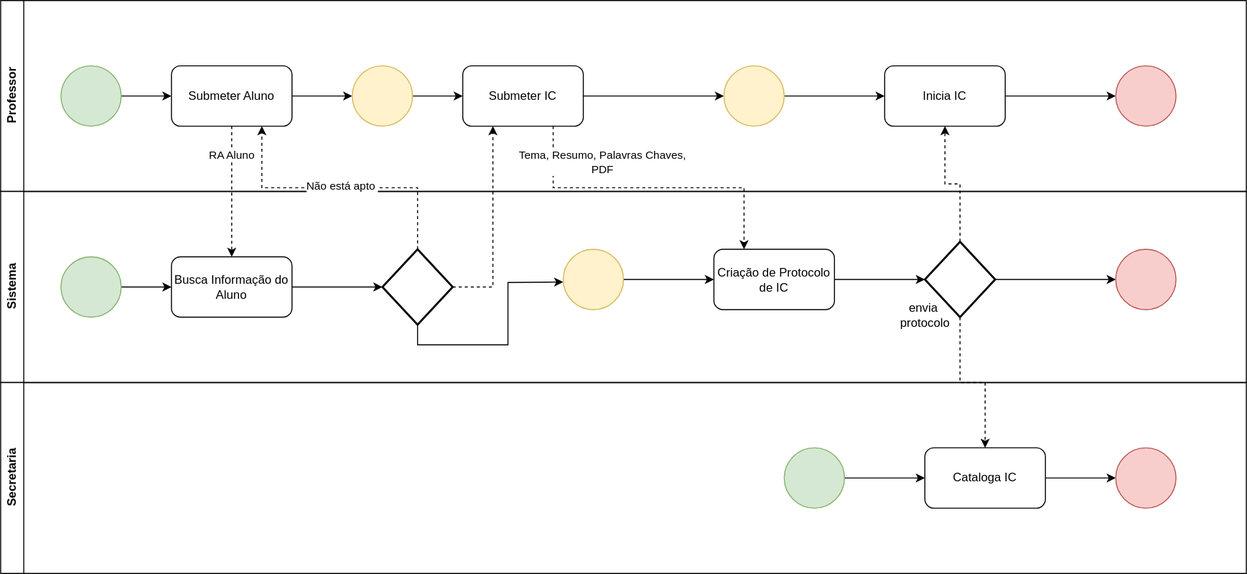
Before: BuscarProfessor.drawio.svg, a diagram exported from draw.io (JesCat16/Automacao_IC_GestaoDeProjeto). Source tidied: cells renumbered, new cells last; positions are measured from the earlier drawing's top-left corner, leaving out a move shared by most shapes.
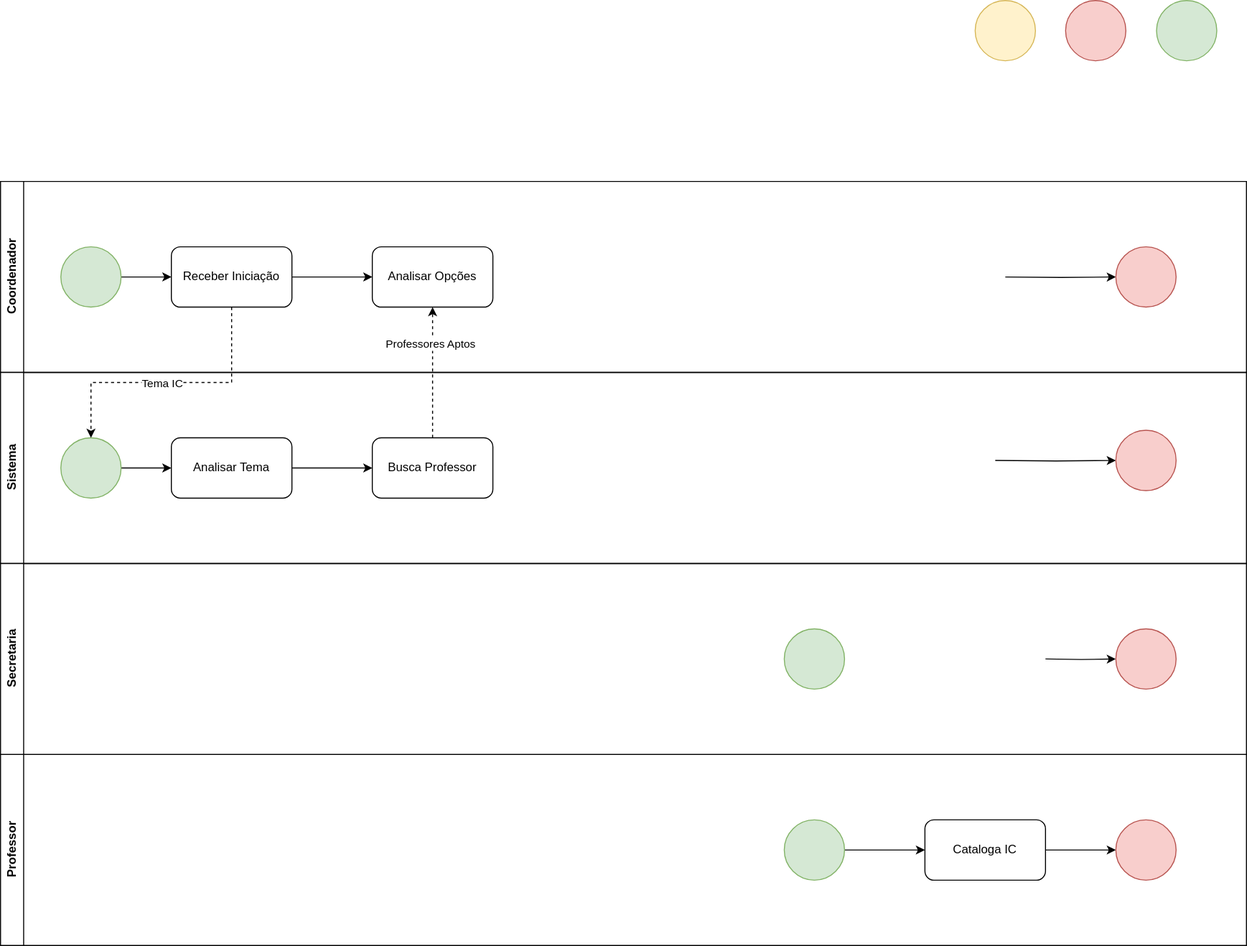
Above is the later version.

Diff of the diagram source:
```diff
@@ -2,143 +2,117 @@
   <root>
     <mxCell id="0" />
     <mxCell id="1" parent="0" />
-    <mxCell id="2" value="Professor" style="swimlane;horizontal=0;whiteSpace=wrap;html=1;" parent="1" vertex="1">
+    <mxCell id="2" value="Coordenador" style="swimlane;horizontal=0;whiteSpace=wrap;html=1;" parent="1" vertex="1">
       <mxGeometry width="1240" height="190" as="geometry" />
     </mxCell>
-    <mxCell id="3" style="edgeStyle=orthogonalEdgeStyle;rounded=0;jettySize=auto;html=1;" parent="2" edge="1" source="4" target="6">
-      <mxGeometry relative="1" as="geometry" />
-    </mxCell>
+    <mxCell id="46" style="edgeStyle=orthogonalEdgeStyle;rounded=0;jettySize=auto;html=1;" parent="2" edge="1" source="4" target="48">
+      <mxGeometry relative="1" as="geometry" />
+    </mxCell>
     <mxCell id="4" style="ellipse;whiteSpace=wrap;html=1;fillColor=#d5e8d4;strokeColor=#82b366;" parent="2" vertex="1">
       <mxGeometry x="60" y="65" width="60" height="60" as="geometry" />
     </mxCell>
-    <mxCell id="5" style="edgeStyle=orthogonalEdgeStyle;rounded=0;jettySize=auto;html=1;" parent="2" edge="1" source="6">
-      <mxGeometry relative="1" as="geometry">
-        <mxPoint x="350" y="95" as="targetPoint" />
-      </mxGeometry>
-    </mxCell>
-    <mxCell id="6" value="Submeter Aluno" style="rounded=1;whiteSpace=wrap;html=1;" parent="2" vertex="1">
-      <mxGeometry x="170" y="65" width="120" height="60" as="geometry" />
-    </mxCell>
-    <mxCell id="7" style="edgeStyle=orthogonalEdgeStyle;rounded=0;jettySize=auto;html=1;exitX=1;exitY=0.5;exitDx=0;exitDy=0;entryX=0;entryY=0.5;entryDx=0;entryDy=0;" parent="2" edge="1" source="8" target="13">
-      <mxGeometry relative="1" as="geometry" />
+    <mxCell id="7" style="edgeStyle=orthogonalEdgeStyle;rounded=0;jettySize=auto;html=1;exitX=1;exitY=0.5;exitDx=0;exitDy=0;entryX=0;entryY=0.5;entryDx=0;entryDy=0;" parent="2" edge="1" target="13">
+      <mxGeometry relative="1" as="geometry">
+        <mxPoint x="1000" y="95" as="sourcePoint" />
+      </mxGeometry>
     </mxCell>
-    <mxCell id="8" value="Inicia IC" style="rounded=1;whiteSpace=wrap;html=1;" parent="2" vertex="1">
-      <mxGeometry x="880" y="65" width="120" height="60" as="geometry" />
-    </mxCell>
-    <mxCell id="9" style="edgeStyle=orthogonalEdgeStyle;rounded=0;jettySize=auto;html=1;" parent="2" edge="1" source="10" target="12">
-      <mxGeometry relative="1" as="geometry" />
-    </mxCell>
-    <mxCell id="10" style="ellipse;whiteSpace=wrap;html=1;fillColor=#fff2cc;strokeColor=#d6b656;" parent="2" vertex="1">
-      <mxGeometry x="350" y="65" width="60" height="60" as="geometry" />
-    </mxCell>
-    <mxCell id="11" style="edgeStyle=orthogonalEdgeStyle;rounded=0;jettySize=auto;html=1;exitX=1;exitY=0.5;exitDx=0;exitDy=0;entryX=0;entryY=0.5;entryDx=0;entryDy=0;" parent="2" edge="1" source="12" target="15">
-      <mxGeometry relative="1" as="geometry" />
-    </mxCell>
-    <mxCell id="12" value="Submeter IC" style="rounded=1;whiteSpace=wrap;html=1;" parent="2" vertex="1">
-      <mxGeometry x="460" y="65" width="120" height="60" as="geometry" />
-    </mxCell>
     <mxCell id="13" style="ellipse;whiteSpace=wrap;html=1;fillColor=#f8cecc;strokeColor=#b85450;" parent="2" vertex="1">
       <mxGeometry x="1110" y="65" width="60" height="60" as="geometry" />
     </mxCell>
-    <mxCell id="14" style="edgeStyle=orthogonalEdgeStyle;rounded=0;jettySize=auto;html=1;exitX=1;exitY=0.5;exitDx=0;exitDy=0;entryX=0;entryY=0.5;entryDx=0;entryDy=0;" parent="2" edge="1" source="15" target="8">
-      <mxGeometry relative="1" as="geometry" />
-    </mxCell>
-    <mxCell id="15" style="ellipse;whiteSpace=wrap;html=1;fillColor=#fff2cc;strokeColor=#d6b656;" parent="2" vertex="1">
-      <mxGeometry x="720" y="65" width="60" height="60" as="geometry" />
-    </mxCell>
+    <mxCell id="47" style="edgeStyle=orthogonalEdgeStyle;rounded=0;jettySize=auto;html=1;" parent="2" edge="1" source="48" target="49">
+      <mxGeometry relative="1" as="geometry" />
+    </mxCell>
+    <mxCell id="48" value="Receber Iniciação" style="rounded=1;whiteSpace=wrap;html=1;" parent="2" vertex="1">
+      <mxGeometry x="170" y="65" width="120" height="60" as="geometry" />
+    </mxCell>
+    <mxCell id="49" value="Analisar Opções" style="whiteSpace=wrap;html=1;rounded=1;" parent="2" vertex="1">
+      <mxGeometry x="370" y="65" width="120" height="60" as="geometry" />
+    </mxCell>
     <mxCell id="16" value="Sistema" style="swimlane;horizontal=0;whiteSpace=wrap;html=1;" parent="1" vertex="1">
       <mxGeometry y="190" width="1240" height="190" as="geometry" />
     </mxCell>
-    <mxCell id="17" style="edgeStyle=orthogonalEdgeStyle;rounded=0;jettySize=auto;html=1;" parent="16" edge="1" source="18" target="20">
-      <mxGeometry relative="1" as="geometry" />
-    </mxCell>
+    <mxCell id="50" style="edgeStyle=orthogonalEdgeStyle;rounded=0;jettySize=auto;html=1;" parent="16" edge="1" source="18" target="52">
+      <mxGeometry relative="1" as="geometry" />
+    </mxCell>
     <mxCell id="18" style="ellipse;whiteSpace=wrap;html=1;fillColor=#d5e8d4;strokeColor=#82b366;" parent="16" vertex="1">
       <mxGeometry x="60" y="65" width="60" height="60" as="geometry" />
     </mxCell>
-    <mxCell id="19" style="edgeStyle=orthogonalEdgeStyle;rounded=0;jettySize=auto;html=1;entryX=0;entryY=0.5;entryDx=0;entryDy=0;entryPerimeter=0;" parent="16" edge="1" source="20" target="22">
-      <mxGeometry relative="1" as="geometry" />
-    </mxCell>
-    <mxCell id="20" value="Busca Informação do&lt;div&gt;Aluno&lt;/div&gt;" style="rounded=1;whiteSpace=wrap;html=1;" parent="16" vertex="1">
-      <mxGeometry x="170" y="65" width="120" height="60" as="geometry" />
-    </mxCell>
-    <mxCell id="21" style="edgeStyle=orthogonalEdgeStyle;rounded=0;jettySize=auto;html=1;exitX=0.5;exitY=1;exitDx=0;exitDy=0;exitPerimeter=0;" parent="16" edge="1" source="22">
-      <mxGeometry relative="1" as="geometry">
-        <mxPoint x="560" y="90" as="targetPoint" />
-      </mxGeometry>
-    </mxCell>
-    <mxCell id="22" style="strokeWidth=2;html=1;shape=mxgraph.flowchart.decision;whiteSpace=wrap;" parent="16" vertex="1">
-      <mxGeometry x="380" y="57.5" width="70" height="75" as="geometry" />
-    </mxCell>
-    <mxCell id="23" style="edgeStyle=orthogonalEdgeStyle;rounded=0;jettySize=auto;html=1;" parent="16" edge="1" source="24" target="25">
-      <mxGeometry relative="1" as="geometry" />
-    </mxCell>
-    <mxCell id="24" style="ellipse;whiteSpace=wrap;html=1;fillColor=#fff2cc;strokeColor=#d6b656;" parent="16" vertex="1">
-      <mxGeometry x="560" y="57.5" width="60" height="60" as="geometry" />
-    </mxCell>
-    <mxCell id="25" value="Criação de Protocolo&lt;div&gt;de IC&lt;/div&gt;" style="rounded=1;whiteSpace=wrap;html=1;" parent="16" vertex="1">
-      <mxGeometry x="710" y="57.5" width="120" height="60" as="geometry" />
-    </mxCell>
-    <mxCell id="26" style="edgeStyle=orthogonalEdgeStyle;rounded=0;jettySize=auto;html=1;exitX=1;exitY=0.5;exitDx=0;exitDy=0;exitPerimeter=0;entryX=0;entryY=0.5;entryDx=0;entryDy=0;" parent="16" edge="1" source="27" target="29">
-      <mxGeometry relative="1" as="geometry" />
+    <mxCell id="26" style="edgeStyle=orthogonalEdgeStyle;rounded=0;jettySize=auto;html=1;exitX=1;exitY=0.5;exitDx=0;exitDy=0;exitPerimeter=0;entryX=0;entryY=0.5;entryDx=0;entryDy=0;" parent="16" edge="1" target="29">
+      <mxGeometry relative="1" as="geometry">
+        <mxPoint x="990" y="87.5" as="sourcePoint" />
+      </mxGeometry>
     </mxCell>
-    <mxCell id="27" style="strokeWidth=2;html=1;shape=mxgraph.flowchart.decision;whiteSpace=wrap;" parent="16" vertex="1">
-      <mxGeometry x="920" y="50" width="70" height="75" as="geometry" />
-    </mxCell>
-    <mxCell id="28" style="edgeStyle=orthogonalEdgeStyle;rounded=0;jettySize=auto;html=1;exitX=1;exitY=0.5;exitDx=0;exitDy=0;entryX=0;entryY=0.5;entryDx=0;entryDy=0;entryPerimeter=0;" parent="16" edge="1" source="25" target="27">
-      <mxGeometry relative="1" as="geometry" />
-    </mxCell>
     <mxCell id="29" style="ellipse;whiteSpace=wrap;html=1;fillColor=#f8cecc;strokeColor=#b85450;" parent="16" vertex="1">
       <mxGeometry x="1110" y="57.5" width="60" height="60" as="geometry" />
     </mxCell>
+    <mxCell id="51" style="edgeStyle=orthogonalEdgeStyle;rounded=0;jettySize=auto;html=1;" parent="16" edge="1" source="52" target="53">
+      <mxGeometry relative="1" as="geometry" />
+    </mxCell>
+    <mxCell id="52" value="Analisar Tema" style="rounded=1;whiteSpace=wrap;html=1;" parent="16" vertex="1">
+      <mxGeometry x="170" y="65" width="120" height="60" as="geometry" />
+    </mxCell>
+    <mxCell id="53" value="Busca Professor" style="whiteSpace=wrap;html=1;rounded=1;" parent="16" vertex="1">
+      <mxGeometry x="370" y="65" width="120" height="60" as="geometry" />
+    </mxCell>
     <mxCell id="30" value="Secretaria" style="swimlane;horizontal=0;whiteSpace=wrap;html=1;" parent="1" vertex="1">
       <mxGeometry y="380" width="1240" height="190" as="geometry" />
     </mxCell>
-    <mxCell id="31" style="edgeStyle=orthogonalEdgeStyle;rounded=0;jettySize=auto;html=1;" parent="30" edge="1" source="32" target="34">
-      <mxGeometry relative="1" as="geometry" />
-    </mxCell>
     <mxCell id="32" style="ellipse;whiteSpace=wrap;html=1;fillColor=#d5e8d4;strokeColor=#82b366;" parent="30" vertex="1">
       <mxGeometry x="780" y="65" width="60" height="60" as="geometry" />
     </mxCell>
-    <mxCell id="33" style="edgeStyle=orthogonalEdgeStyle;rounded=0;jettySize=auto;html=1;exitX=1;exitY=0.5;exitDx=0;exitDy=0;entryX=0;entryY=0.5;entryDx=0;entryDy=0;" parent="30" edge="1" source="34" target="35">
-      <mxGeometry relative="1" as="geometry" />
+    <mxCell id="33" style="edgeStyle=orthogonalEdgeStyle;rounded=0;jettySize=auto;html=1;exitX=1;exitY=0.5;exitDx=0;exitDy=0;entryX=0;entryY=0.5;entryDx=0;entryDy=0;" parent="30" edge="1" target="35">
+      <mxGeometry relative="1" as="geometry">
+        <mxPoint x="1040" y="95" as="sourcePoint" />
+      </mxGeometry>
     </mxCell>
+    <mxCell id="35" style="ellipse;whiteSpace=wrap;html=1;fillColor=#f8cecc;strokeColor=#b85450;" parent="30" vertex="1">
+      <mxGeometry x="1110" y="65" width="60" height="60" as="geometry" />
+    </mxCell>
+    <mxCell id="54" value="Professor" style="swimlane;horizontal=0;whiteSpace=wrap;html=1;" parent="1" vertex="1">
+      <mxGeometry y="570" width="1240" height="190" as="geometry" />
+    </mxCell>
+    <mxCell id="55" style="edgeStyle=orthogonalEdgeStyle;rounded=0;jettySize=auto;html=1;" parent="54" edge="1" source="56" target="34">
+      <mxGeometry relative="1" as="geometry" />
+    </mxCell>
+    <mxCell id="56" style="ellipse;whiteSpace=wrap;html=1;fillColor=#d5e8d4;strokeColor=#82b366;" parent="54" vertex="1">
+      <mxGeometry x="780" y="65" width="60" height="60" as="geometry" />
+    </mxCell>
+    <mxCell id="57" style="edgeStyle=orthogonalEdgeStyle;rounded=0;jettySize=auto;html=1;exitX=1;exitY=0.5;exitDx=0;exitDy=0;entryX=0;entryY=0.5;entryDx=0;entryDy=0;" parent="54" edge="1" source="34" target="58">
+      <mxGeometry relative="1" as="geometry" />
+    </mxCell>
-    <mxCell id="34" value="Cataloga IC" style="rounded=1;whiteSpace=wrap;html=1;" parent="30" vertex="1">
+    <mxCell id="34" value="Cataloga IC" style="rounded=1;whiteSpace=wrap;html=1;" parent="54" vertex="1">
       <mxGeometry x="920" y="65" width="120" height="60" as="geometry" />
     </mxCell>
-    <mxCell id="35" style="ellipse;whiteSpace=wrap;html=1;fillColor=#f8cecc;strokeColor=#b85450;" parent="30" vertex="1">
-      <mxGeometry x="1110" y="65" width="60" height="60" as="geometry" />
-    </mxCell>
-    <mxCell id="36" style="edgeStyle=orthogonalEdgeStyle;rounded=0;jettySize=auto;html=1;exitX=0.5;exitY=1;exitDx=0;exitDy=0;entryX=0.5;entryY=0;entryDx=0;entryDy=0;dashed=1;" parent="1" edge="1" source="6" target="20">
-      <mxGeometry relative="1" as="geometry" />
-    </mxCell>
-    <mxCell id="37" value="RA Aluno" style="edgeLabel;html=1;align=center;verticalAlign=middle;" parent="36" vertex="1">
-      <mxGeometry x="-0.57" y="-1" relative="1" as="geometry" />
-    </mxCell>
-    <mxCell id="38" style="edgeStyle=orthogonalEdgeStyle;rounded=0;jettySize=auto;html=1;exitX=0.5;exitY=0;exitDx=0;exitDy=0;exitPerimeter=0;entryX=0.75;entryY=1;entryDx=0;entryDy=0;dashed=1;" parent="1" edge="1" source="22" target="6">
-      <mxGeometry relative="1" as="geometry" />
-    </mxCell>
-    <mxCell id="39" value="Não está apto&amp;nbsp;" style="edgeLabel;html=1;align=center;verticalAlign=middle;" parent="38" vertex="1">
-      <mxGeometry x="-0.01" y="-2" relative="1" as="geometry" />
-    </mxCell>
-    <mxCell id="40" style="edgeStyle=orthogonalEdgeStyle;rounded=0;jettySize=auto;html=1;exitX=1;exitY=0.5;exitDx=0;exitDy=0;exitPerimeter=0;entryX=0.25;entryY=1;entryDx=0;entryDy=0;dashed=1;" parent="1" edge="1" source="22" target="12">
-      <mxGeometry relative="1" as="geometry" />
-    </mxCell>
-    <mxCell id="41" style="edgeStyle=orthogonalEdgeStyle;rounded=0;jettySize=auto;html=1;exitX=0.75;exitY=1;exitDx=0;exitDy=0;entryX=0.25;entryY=0;entryDx=0;entryDy=0;dashed=1;" parent="1" edge="1" source="12" target="25">
-      <mxGeometry relative="1" as="geometry" />
-    </mxCell>
-    <mxCell id="42" value="Tema, Resumo, Palavras Chaves,&lt;div&gt;PDF&lt;/div&gt;" style="edgeLabel;html=1;align=center;verticalAlign=middle;" parent="41" vertex="1">
-      <mxGeometry x="-0.07" y="2" relative="1" as="geometry">
-        <mxPoint x="-36" y="-24" as="offset" />
-      </mxGeometry>
-    </mxCell>
-    <mxCell id="43" style="edgeStyle=orthogonalEdgeStyle;rounded=0;jettySize=auto;html=1;exitX=0.5;exitY=0;exitDx=0;exitDy=0;exitPerimeter=0;entryX=0.5;entryY=1;entryDx=0;entryDy=0;dashed=1;" parent="1" edge="1" source="27" target="8">
-      <mxGeometry relative="1" as="geometry" />
-    </mxCell>
-    <mxCell id="44" style="edgeStyle=orthogonalEdgeStyle;rounded=0;jettySize=auto;html=1;exitX=0.5;exitY=1;exitDx=0;exitDy=0;exitPerimeter=0;entryX=0.5;entryY=0;entryDx=0;entryDy=0;dashed=1;" parent="1" edge="1" source="27" target="34">
-      <mxGeometry relative="1" as="geometry" />
-    </mxCell>
-    <mxCell id="45" value="envia&amp;nbsp;&lt;div&gt;protocolo&lt;/div&gt;" style="text;html=1;align=center;verticalAlign=middle;strokeColor=none;fillColor=none;" parent="1" vertex="1">
-      <mxGeometry x="885" y="293" width="70" height="40" as="geometry" />
-    </mxCell>
+    <mxCell id="58" style="ellipse;whiteSpace=wrap;html=1;fillColor=#f8cecc;strokeColor=#b85450;" parent="54" vertex="1">
+      <mxGeometry x="1110" y="65" width="60" height="60" as="geometry" />
+    </mxCell>
+    <mxCell id="15" style="ellipse;whiteSpace=wrap;html=1;fillColor=#fff2cc;strokeColor=#d6b656;" parent="1" vertex="1">
+      <mxGeometry x="970" y="-180" width="60" height="60" as="geometry" />
+    </mxCell>
+    <mxCell id="59" style="ellipse;whiteSpace=wrap;html=1;fillColor=#f8cecc;strokeColor=#b85450;" parent="1" vertex="1">
+      <mxGeometry x="1060" y="-180" width="60" height="60" as="geometry" />
+    </mxCell>
+    <mxCell id="60" style="ellipse;whiteSpace=wrap;html=1;fillColor=#d5e8d4;strokeColor=#82b366;" parent="1" vertex="1">
+      <mxGeometry x="1150.5" y="-180" width="60" height="60" as="geometry" />
+    </mxCell>
+    <mxCell id="61" style="edgeStyle=orthogonalEdgeStyle;rounded=0;jettySize=auto;html=1;exitX=0.5;exitY=1;exitDx=0;exitDy=0;entryX=0.5;entryY=0;entryDx=0;entryDy=0;dashed=1;" parent="1" edge="1" source="48" target="18">
+      <mxGeometry relative="1" as="geometry">
+        <Array as="points">
+          <mxPoint x="230" y="200" />
+          <mxPoint x="90" y="200" />
+        </Array>
+      </mxGeometry>
+    </mxCell>
+    <mxCell id="62" value="Tema IC" style="edgeLabel;html=1;align=center;verticalAlign=middle;" parent="61" vertex="1">
+      <mxGeometry x="-0.7" y="1" relative="1" as="geometry">
+        <mxPoint x="-71" y="34" as="offset" />
+      </mxGeometry>
+    </mxCell>
+    <mxCell id="63" style="edgeStyle=orthogonalEdgeStyle;rounded=0;jettySize=auto;html=1;exitX=0.5;exitY=0;exitDx=0;exitDy=0;entryX=0.5;entryY=1;entryDx=0;entryDy=0;dashed=1;" parent="1" edge="1" source="53" target="49">
+      <mxGeometry relative="1" as="geometry" />
+    </mxCell>
+    <mxCell id="64" value="Professores Aptos" style="edgeLabel;html=1;align=center;verticalAlign=middle;" parent="63" vertex="1">
+      <mxGeometry x="0.45" y="3" relative="1" as="geometry" />
+    </mxCell>
   </root>
 </mxGraphModel>
```
